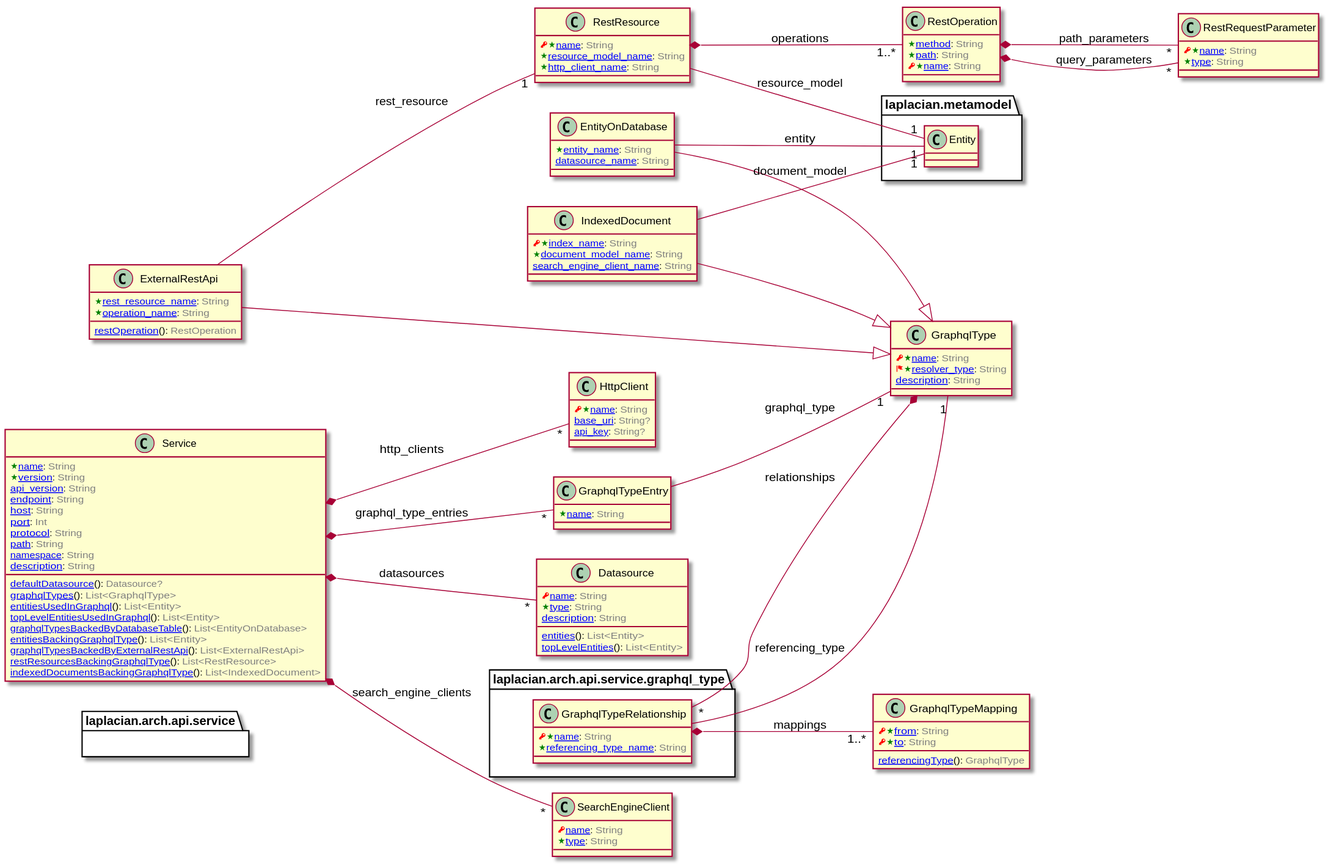
Earlier version of the PlantUML export doc/image/model-diagram.svg (laplacian-arch/api-service.domain-model).
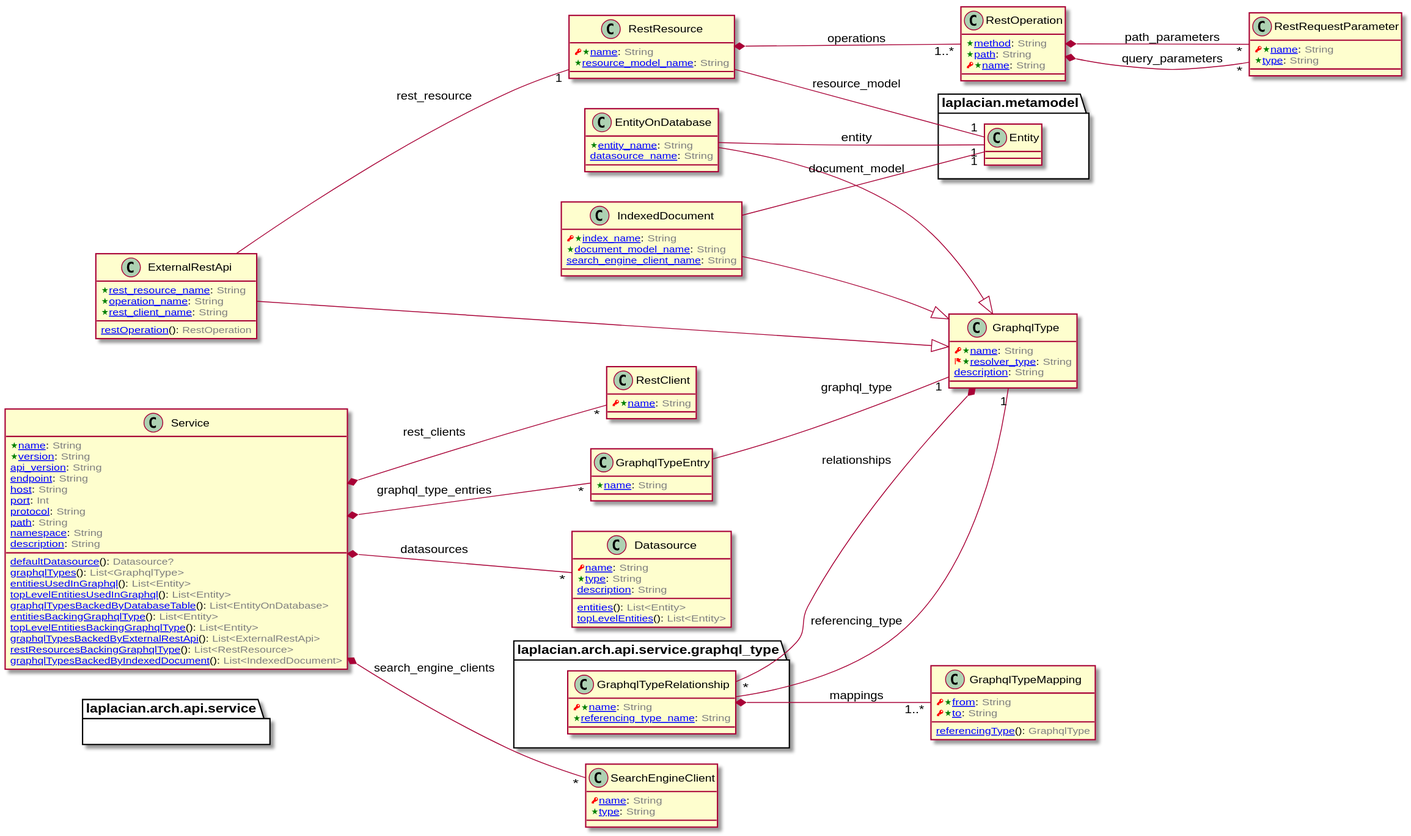
Later version of the same file.

What changed in the source:
```diff
@@ -85,6 +85,7 @@
 class ExternalRestApi [[/blob/master/doc/entities/ExternalRestApi.md]] {
   <color:Green><&star></color>[[/blob/master/doc/entities/ExternalRestApi.md#rest_resource_name-string rest_resource_name]]: <color:GRAY>String</color>
   <color:Green><&star></color>[[/blob/master/doc/entities/ExternalRestApi.md#operation_name-string operation_name]]: <color:GRAY>String</color>
+  <color:Green><&star></color>[[/blob/master/doc/entities/ExternalRestApi.md#rest_client_name-string rest_client_name]]: <color:GRAY>String</color>
   [[/blob/master/doc/entities/ExternalRestApi.md#rest_operation-restOperation restOperation]](): <color:GRAY>RestOperation</color>
 }
 
@@ -128,7 +129,6 @@
 class RestResource [[/blob/master/doc/entities/RestResource.md]] {
   <color:RED><&key></color><color:Green><&star></color>[[/blob/master/doc/entities/RestResource.md#name-string name]]: <color:GRAY>String</color>
   <color:Green><&star></color>[[/blob/master/doc/entities/RestResource.md#resource_model_name-string resource_model_name]]: <color:GRAY>String</color>
-  <color:Green><&star></color>[[/blob/master/doc/entities/RestResource.md#http_client_name-string http_client_name]]: <color:GRAY>String</color>
 }
 
 
@@ -201,9 +201,10 @@
   [[/blob/master/doc/entities/Service.md#top_level_entities_used_in_graphql-listEntity topLevelEntitiesUsedInGraphql]](): <color:GRAY>List<Entity></color>
   [[/blob/master/doc/entities/Service.md#graphql_types_backed_by_database_table-listEntityOnDatabase graphqlTypesBackedByDatabaseTable]](): <color:GRAY>List<EntityOnDatabase></color>
   [[/blob/master/doc/entities/Service.md#entities_backing_graphql_type-listEntity entitiesBackingGraphqlType]](): <color:GRAY>List<Entity></color>
+  [[/blob/master/doc/entities/Service.md#top_level_entities_backing_graphql_type-listEntity topLevelEntitiesBackingGraphqlType]](): <color:GRAY>List<Entity></color>
   [[/blob/master/doc/entities/Service.md#graphql_types_backed_by_external_rest_api-listExternalRestApi graphqlTypesBackedByExternalRestApi]](): <color:GRAY>List<ExternalRestApi></color>
   [[/blob/master/doc/entities/Service.md#rest_resources_backing_graphql_type-listRestResource restResourcesBackingGraphqlType]](): <color:GRAY>List<RestResource></color>
-  [[/blob/master/doc/entities/Service.md#indexed_documents_backing_graphql_type-listIndexedDocument indexedDocumentsBackingGraphqlType]](): <color:GRAY>List<IndexedDocument></color>
+  [[/blob/master/doc/entities/Service.md#graphql_types_backed_by_indexed_document-listIndexedDocument graphqlTypesBackedByIndexedDocument]](): <color:GRAY>List<IndexedDocument></color>
 }
 
 
@@ -225,7 +226,7 @@
 
 
 
-Service *-- "*" HttpClient : http_clients
+Service *-- "*" RestClient : rest_clients
 
 
 
@@ -262,10 +263,8 @@
 
 
 
-class HttpClient [[/blob/master/doc/entities/HttpClient.md]] {
-  <color:RED><&key></color><color:Green><&star></color>[[/blob/master/doc/entities/HttpClient.md#name-string name]]: <color:GRAY>String</color>
-  [[/blob/master/doc/entities/HttpClient.md#base_uri-string base_uri]]: <color:GRAY>String?</color>
-  [[/blob/master/doc/entities/HttpClient.md#api_key-string api_key]]: <color:GRAY>String?</color>
+class RestClient [[/blob/master/doc/entities/RestClient.md]] {
+  <color:RED><&key></color><color:Green><&star></color>[[/blob/master/doc/entities/RestClient.md#name-string name]]: <color:GRAY>String</color>
 }
 
 
```
